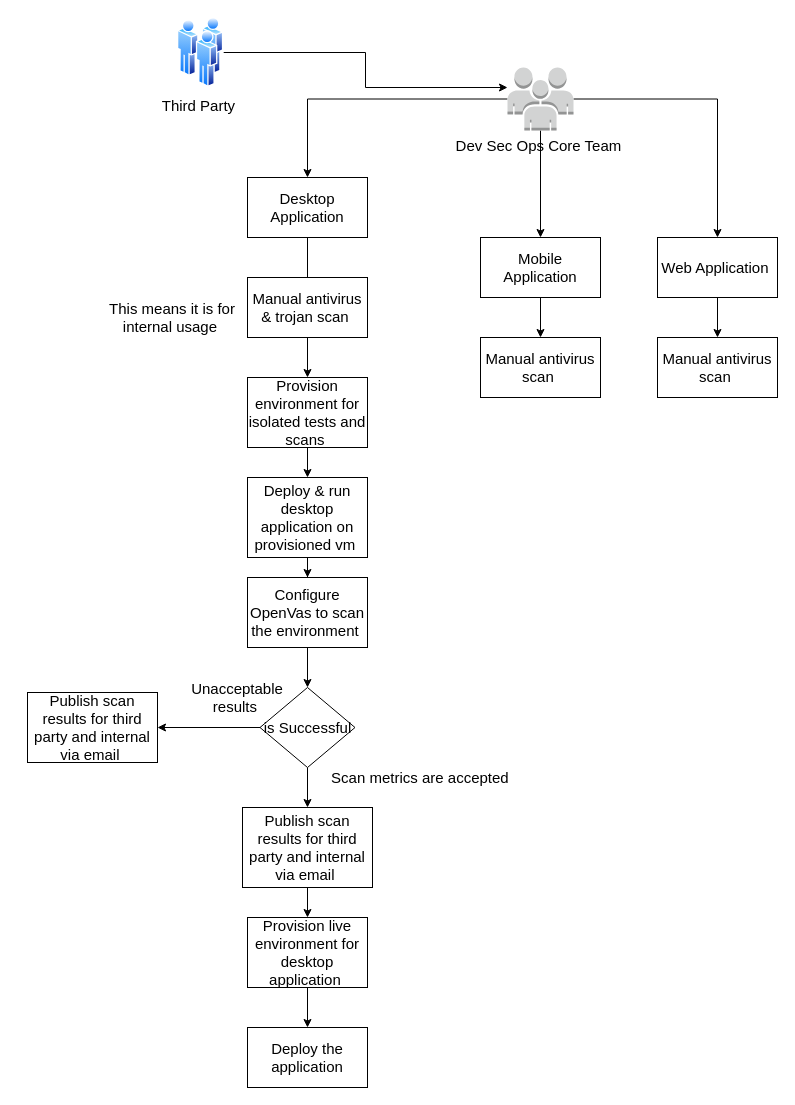
tyger-rareatom/consulting-architectures keeps this draw.io diagram as page "External process" (3 of 3) of icurity.drawio. Above is the earlier version. Source tidied: cells renumbered, new cells numbered last; positions are measured from the earlier drawing's top-left corner, leaving out a move shared by most shapes. Both pictures are drawn from the tidied source at 100%, with x=0, y=0 at pixel (27, 17).
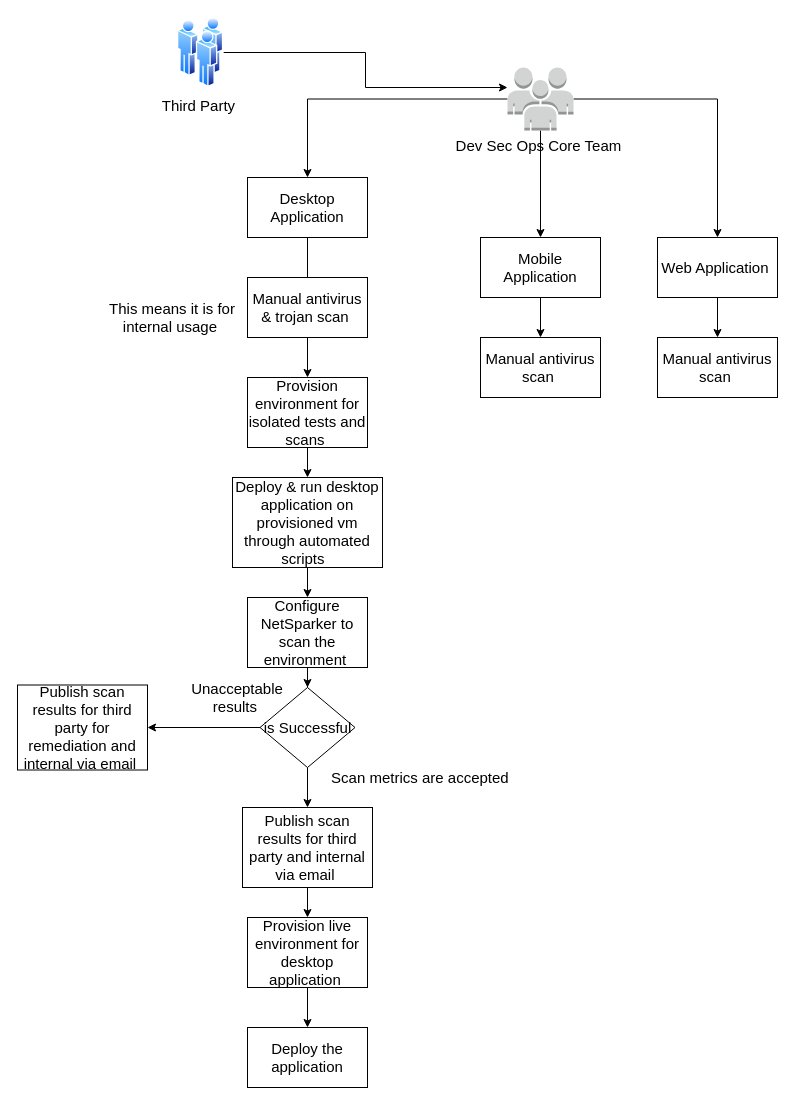
After the change.

Commit message:
automation fixes for the flow diagram

What changed in the source:
```diff
@@
-    <mxCell id="22" value="Deploy &amp;amp; run desktop application on provisioned vm&amp;nbsp;" style="rounded=0;whiteSpace=wrap;html=1;fontSize=15;" parent="1" vertex="1">
-      <mxGeometry x="220" y="460" width="120" height="80" as="geometry" />
+    <mxCell id="22" value="Deploy &amp;amp; run desktop application on provisioned vm&lt;br&gt;through automated scripts&amp;nbsp;&amp;nbsp;" style="rounded=0;whiteSpace=wrap;html=1;fontSize=15;" parent="1" vertex="1">
+      <mxGeometry x="205" y="460" width="150" height="90" as="geometry" />
     </mxCell>
@@
-    <mxCell id="24" value="Configure OpenVas to scan the environment&amp;nbsp;" style="rounded=0;whiteSpace=wrap;html=1;fontSize=15;" parent="1" vertex="1">
-      <mxGeometry x="220" y="560" width="120" height="70" as="geometry" />
+    <mxCell id="24" value="Configure NetSparker to scan the environment&amp;nbsp;" style="rounded=0;whiteSpace=wrap;html=1;fontSize=15;" parent="1" vertex="1">
+      <mxGeometry x="220" y="580" width="120" height="70" as="geometry" />
     </mxCell>
@@
-    <mxCell id="34" value="Publish scan results for third party and internal via email&amp;nbsp;" style="rounded=0;whiteSpace=wrap;html=1;fontSize=15;" parent="1" vertex="1">
-      <mxGeometry y="675" width="130" height="70" as="geometry" />
+    <mxCell id="34" value="Publish scan results for third party for remediation and internal via email&amp;nbsp;" style="rounded=0;whiteSpace=wrap;html=1;fontSize=15;" parent="1" vertex="1">
+      <mxGeometry x="-10" y="667.5" width="130" height="85" as="geometry" />
     </mxCell>
```
